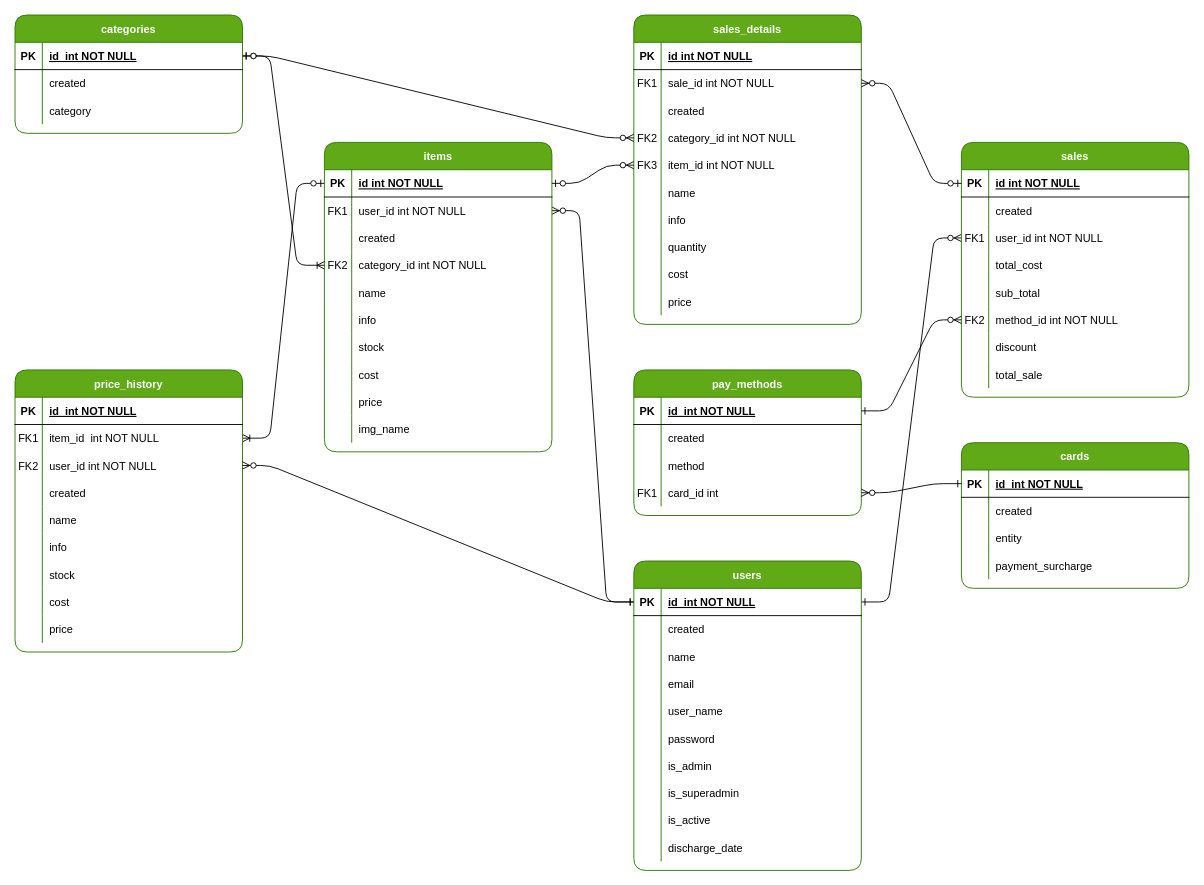
The draw.io diagram Entidades-relaciones.drawio in m415x/POS, before the edit. Source tidied: cells renumbered, new cells numbered last; positions are measured from the earlier drawing's top-left corner, leaving out a move shared by most shapes. Both pictures are drawn from the tidied source at 91%, with x=0, y=0 at pixel (15, 15).
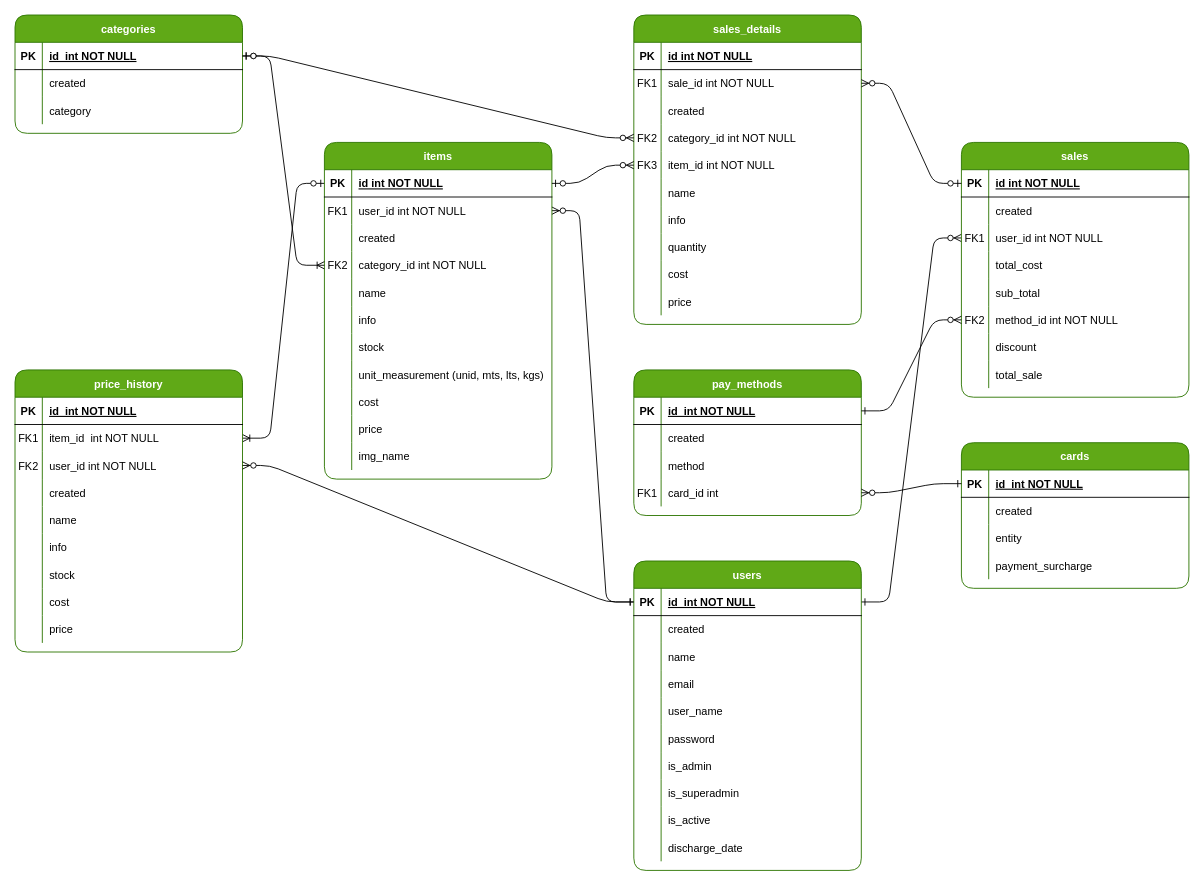
Above is the later version.

Change to the diagram source:
```diff
@@
     <mxCell id="5" value="items" style="shape=table;startSize=30;childLayout=tableLayout;rowLines=0;fontStyle=1;align=center;rounded=1;fillColor=#60a917;fontColor=#ffffff;strokeColor=#2D7600;" parent="1" vertex="1">
-      <mxGeometry x="340" y="140" width="250" height="340" as="geometry" />
+      <mxGeometry x="340" y="140" width="250" height="370" as="geometry" />
     </mxCell>
@@
+    <mxCell id="194" style="shape=partialRectangle;fillColor=none;top=0;left=0;right=0;bottom=0;" parent="5" vertex="1">
+      <mxGeometry y="240" width="250" height="30" as="geometry" />
+    </mxCell>
+    <mxCell id="195" style="shape=partialRectangle;overflow=hidden;fillColor=none;top=0;left=0;bottom=0;right=0;" parent="194" vertex="1">
+      <mxGeometry width="30" height="30" as="geometry" />
+    </mxCell>
+    <mxCell id="196" value="unit_measurement (unid, mts, lts, kgs)" style="shape=partialRectangle;overflow=hidden;fillColor=none;top=0;left=0;bottom=0;right=0;align=left;spacingLeft=6;" parent="194" vertex="1">
+      <mxGeometry x="30" width="220" height="30" as="geometry" />
+    </mxCell>
     <mxCell id="27" style="shape=partialRectangle;fillColor=none;top=0;left=0;right=0;bottom=0;" parent="5" vertex="1">
-      <mxGeometry y="240" width="250" height="30" as="geometry" />
+      <mxGeometry y="270" width="250" height="30" as="geometry" />
     </mxCell>
@@
     <mxCell id="30" style="shape=partialRectangle;fillColor=none;top=0;left=0;right=0;bottom=0;" parent="5" vertex="1">
-      <mxGeometry y="270" width="250" height="30" as="geometry" />
+      <mxGeometry y="300" width="250" height="30" as="geometry" />
     </mxCell>
@@
     <mxCell id="33" style="shape=partialRectangle;fillColor=none;top=0;left=0;right=0;bottom=0;" parent="5" vertex="1">
-      <mxGeometry y="300" width="250" height="30" as="geometry" />
+      <mxGeometry y="330" width="250" height="30" as="geometry" />
     </mxCell>
```
